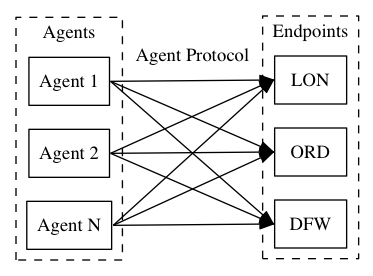
Above: images/1.dot.png in virgo-agent-toolkit/rackspace-monitoring-agent (Graphviz), before the change. Its source is kept beside it as _diagrams/1.dot.
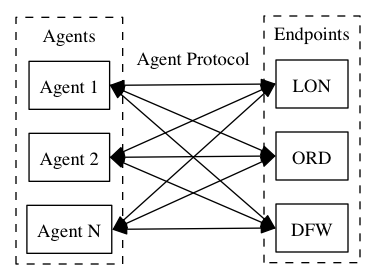
The same diagram one commit later.

Commit message:
making edges bi-directional

Change to the diagram source:
```diff
@@ -4,17 +4,17 @@
   remincross = true;
   rankdir = LR;
   node [shape = box];
-  "Agent 1" :e -> "ORD" :w [weight=0 label="Agent Protocol"];
-  "Agent 1" :e -> "DFW" :w [weight=0];
-  "Agent 1" :e -> "LON" :w [weight=0];
-  "Agent 2" :e -> "ORD" :w [weight=0];
-  "Agent 2" :e -> "DFW" :w [weight=0];
-  "Agent 2" :e -> "LON" :w [weight=0];
-  "Agent N" :e -> "ORD" :w [weight=0];
-  "Agent N" :e -> "DFW" :w [weight=0];
-  "Agent N" :e -> "LON" :w [weight=0];
+  "Agent 1" :e -> "ORD" :w [weight=0 dir="both" label="Agent Protocol"];
+  "Agent 1" :e -> "DFW" :w [weight=0 dir="both"];
+  "Agent 1" :e -> "LON" :w [weight=0 dir="both"];
+  "Agent 2" :e -> "ORD" :w [weight=0 dir="both"];
+  "Agent 2" :e -> "DFW" :w [weight=0 dir="both"];
+  "Agent 2" :e -> "LON" :w [weight=0 dir="both"];
+  "Agent N" :e -> "ORD" :w [weight=0 dir="both"];
+  "Agent N" :e -> "DFW" :w [weight=0 dir="both"];
+  "Agent N" :e -> "LON" :w [weight=0 dir="both"];
 
-  subgraph cluster_host {
+  subgraph cluster_agents {
     style = dashed;
     label = "Agents";
     "Agent 1";
@@ -22,7 +22,7 @@
     "Agent N";
   }
 
-  subgraph cluster_server {
+  subgraph cluster_endpoints {
     style = dashed;
     label = "Endpoints";
     "ORD";
```
